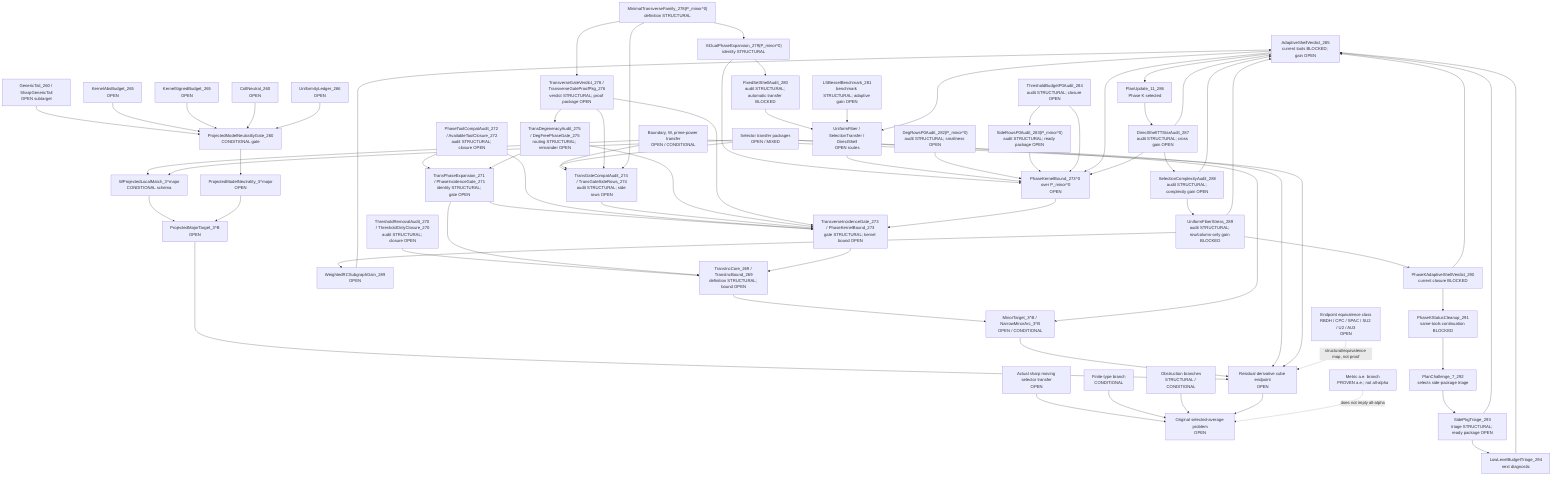
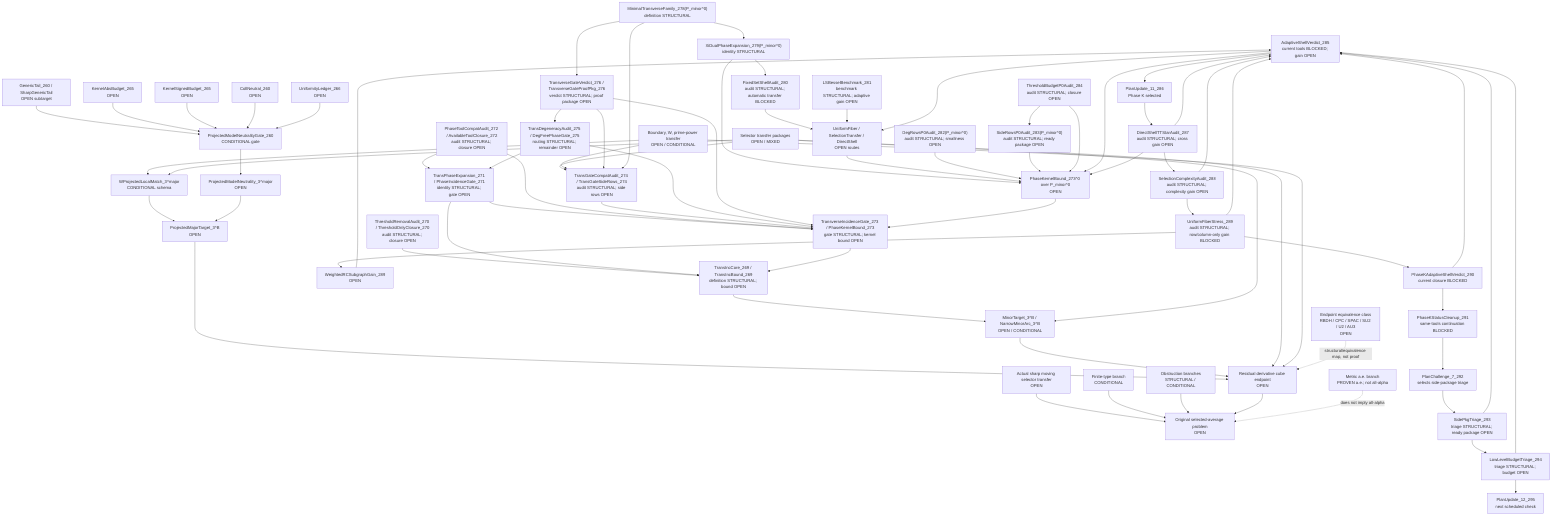
flowchart TD
  Original["Original selected-average problem<br/>OPEN"]
  SharpSel["Actual sharp moving selector transfer<br/>OPEN"]
  FiniteType["Finite-type branch<br/>CONDITIONAL"]
  Metric["Metric a.e. branch<br/>PROVEN a.e.; not all-alpha"]
  Obstruction["Obstruction branches<br/>STRUCTURAL / CONDITIONAL"]

  ResCube["Residual derivative cube endpoint<br/>OPEN"]
  MajorTarget["ProjectedMajorTarget_3^B<br/>OPEN"]
  MinorTarget["MinorTarget_3^B / NarrowMinorArc_3^B<br/>OPEN / CONDITIONAL"]
  TransInc["TransIncCore_269 / TransIncBound_269<br/>definition STRUCTURAL; bound OPEN"]
  ThresholdAudit["ThresholdRemovalAudit_270 / ThresholdOnlyClosure_270<br/>audit STRUCTURAL; closure OPEN"]
  PhaseExpansion["TransPhaseExpansion_271 / PhaseIncidenceGate_271<br/>identity STRUCTURAL; gate OPEN"]
  ToolCompat["PhaseToolCompatAudit_272 / AvailableToolClosure_272<br/>audit STRUCTURAL; closure OPEN"]
  TransGate["TransverseIncidenceGate_273 / PhaseKernelBound_273<br/>gate STRUCTURAL; kernel bound OPEN"]
  TransGateCompat["TransGateCompatAudit_274 / TransGateSideRows_274<br/>audit STRUCTURAL; side rows OPEN"]
  DegAudit["TransDegeneracyAudit_275 / DegFreePhaseGate_275<br/>routing STRUCTURAL; remainder OPEN"]
  TransVerdict["TransverseGateVerdict_276 / TransverseGateProofPkg_276<br/>verdict STRUCTURAL; proof package OPEN"]
  MinTransFamily["MinimalTransverseFamily_278(P_minor^0)<br/>definition STRUCTURAL"]
  XiExpansion["XiDualPhaseExpansion_279(P_minor^0)<br/>identity STRUCTURAL"]
  FixedShellAudit["FixedSetShellAudit_280<br/>audit STRUCTURAL; automatic transfer BLOCKED"]
  FixedShellTransfer["UniformFiber / SelectionTransfer / DirectShell<br/>OPEN routes"]
  LSBesselBench["LSBesselBenchmark_281<br/>benchmark STRUCTURAL; adaptive gain OPEN"]
  DegRowsP0["DegRowsP0Audit_282(P_minor^0)<br/>audit STRUCTURAL; smallness OPEN"]
  SideRowsP0["SideRowsP0Audit_283(P_minor^0)<br/>audit STRUCTURAL; ready package OPEN"]
  ThresholdP0["ThresholdBudgetP0Audit_284<br/>audit STRUCTURAL; closure OPEN"]
  AdaptiveShellP0["AdaptiveShellVerdict_285<br/>current tools BLOCKED; gain OPEN"]
  PlanUpdate11["PlanUpdate_11_286<br/>Phase K selected"]
  DirectTTStar["DirectShellTTStarAudit_287<br/>audit STRUCTURAL; cross gain OPEN"]
  SelectionComplexity["SelectionComplexityAudit_288<br/>audit STRUCTURAL; complexity gain OPEN"]
  UniformFiberStress["UniformFiberStress_289<br/>audit STRUCTURAL; row/column-only gain BLOCKED"]
  WeightedRCSubgraph["WeightedRCSubgraphGain_289<br/>OPEN"]
  AdaptiveVerdict290["PhaseKAdaptiveShellVerdict_290<br/>current closure BLOCKED"]
  PhaseKCleanup291["PhaseKStatusCleanup_291<br/>same-tools continuation BLOCKED"]
  PlanChallenge7["PlanChallenge_7_292<br/>selects side-package triage"]
  SidePkgTriage293["SidePkgTriage_293<br/>triage STRUCTURAL; ready package OPEN"]
-   LowLevelTriage294["LowLevelBudgetTriage_294<br/>next diagnostic"]
+   LowLevelTriage294["LowLevelBudgetTriage_294<br/>triage STRUCTURAL; budget OPEN"]
+   PlanUpdate12["PlanUpdate_12_295<br/>next scheduled check"]
  PhaseKernel0["PhaseKernelBound_273^0 over P_minor^0<br/>OPEN"]
  SelectorTransfer["Selector transfer packages<br/>OPEN / MIXED"]
  BoundaryTransfer["Boundary, W, prime-power transfer<br/>OPEN / CONDITIONAL"]

  WLocal["WProjectedLocalMatch_3^major<br/>CONDITIONAL schema"]
  ModelNeutral["ProjectedModelNeutrality_3^major<br/>OPEN"]
  PMNGate["ProjectedModelNeutralityGate_260<br/>CONDITIONAL gate"]
  GenericTail["GenericTail_260 / SharpGenericTail<br/>OPEN subtarget"]
  KernelAbs["KernelAbsBudget_265<br/>OPEN"]
  KernelSigned["KernelSignedBudget_265<br/>OPEN"]
  CollNeutral["CollNeutral_260<br/>OPEN"]
  Uniformity["UniformityLedger_266<br/>OPEN"]

  EndpointClass["Endpoint equivalence class<br/>RBDH / CPC / SPAC / SU2 / U2 / AU3<br/>OPEN"]

  SharpSel --> Original
  FiniteType --> Original
  Obstruction --> Original
  ResCube --> Original
  Metric -. "does not imply all-alpha" .-> Original

  MajorTarget --> ResCube
  MinorTarget --> ResCube
  TransInc --> MinorTarget
  ThresholdAudit --> TransInc
  PhaseExpansion --> TransInc
  ToolCompat --> PhaseExpansion
  TransGate --> TransInc
  PhaseExpansion --> TransGate
  ToolCompat --> TransGate
  TransGateCompat --> TransGate
  SelectorTransfer --> TransGateCompat
  BoundaryTransfer --> TransGateCompat
  DegAudit --> TransGate
  DegAudit --> PhaseExpansion
  TransVerdict --> TransGate
  TransVerdict --> TransGateCompat
  TransVerdict --> DegAudit
  PhaseKernel0 --> TransGate
  MinTransFamily --> XiExpansion
  XiExpansion --> PhaseKernel0
  XiExpansion --> FixedShellAudit
  FixedShellAudit --> FixedShellTransfer
  FixedShellTransfer --> PhaseKernel0
  LSBesselBench --> FixedShellTransfer
  DegRowsP0 --> PhaseKernel0
  SideRowsP0 --> PhaseKernel0
  ThresholdP0 --> SideRowsP0
  ThresholdP0 --> PhaseKernel0
  AdaptiveShellP0 --> PhaseKernel0
  AdaptiveShellP0 --> FixedShellTransfer
  AdaptiveShellP0 --> PlanUpdate11
  PlanUpdate11 --> DirectTTStar
  DirectTTStar --> AdaptiveShellP0
  DirectTTStar --> PhaseKernel0
  DirectTTStar --> SelectionComplexity
  SelectionComplexity --> UniformFiberStress
  SelectionComplexity --> AdaptiveShellP0
  UniformFiberStress --> WeightedRCSubgraph
  WeightedRCSubgraph --> AdaptiveShellP0
  UniformFiberStress --> AdaptiveVerdict290
  UniformFiberStress --> AdaptiveShellP0
  AdaptiveVerdict290 --> AdaptiveShellP0
  AdaptiveVerdict290 --> PhaseKCleanup291
  PhaseKCleanup291 --> PlanChallenge7
  PlanChallenge7 --> SidePkgTriage293
  SidePkgTriage293 --> LowLevelTriage294
  SidePkgTriage293 --> AdaptiveShellP0
  LowLevelTriage294 --> AdaptiveShellP0
+   LowLevelTriage294 --> PlanUpdate12
  MinTransFamily --> TransGateCompat
  MinTransFamily --> TransVerdict
  SelectorTransfer --> ResCube
  BoundaryTransfer --> ResCube
  EndpointClass -. "structural/equivalence map, not proof" .-> ResCube

  WLocal --> MajorTarget
  ModelNeutral --> MajorTarget

  PMNGate --> ModelNeutral
  GenericTail --> PMNGate
  KernelAbs --> PMNGate
  KernelSigned --> PMNGate
  CollNeutral --> PMNGate
  Uniformity --> PMNGate

  BoundaryTransfer --> WLocal
  SelectorTransfer --> WLocal
  SelectorTransfer --> MinorTarget
